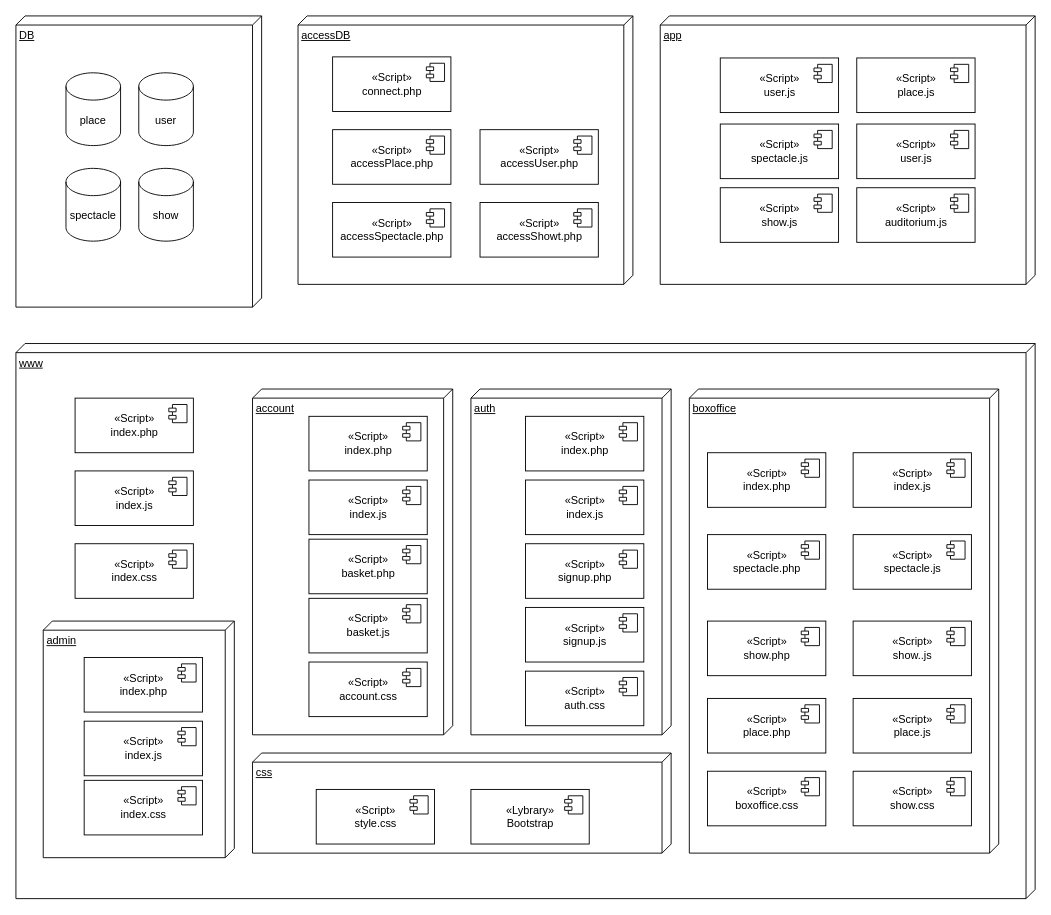
Above: page "diagramme de composants" (5 of 7) of analyse/Diagramme sans nom.drawio in baptisteRiviere/SpectacleHallManagement (draw.io), before the change. Source tidied: cells renumbered, new cells numbered last; positions are measured from the earlier drawing's top-left corner, leaving out a move shared by most shapes. Both pictures are drawn from the tidied source at 91%, with x=0, y=0 at pixel (15, 15).
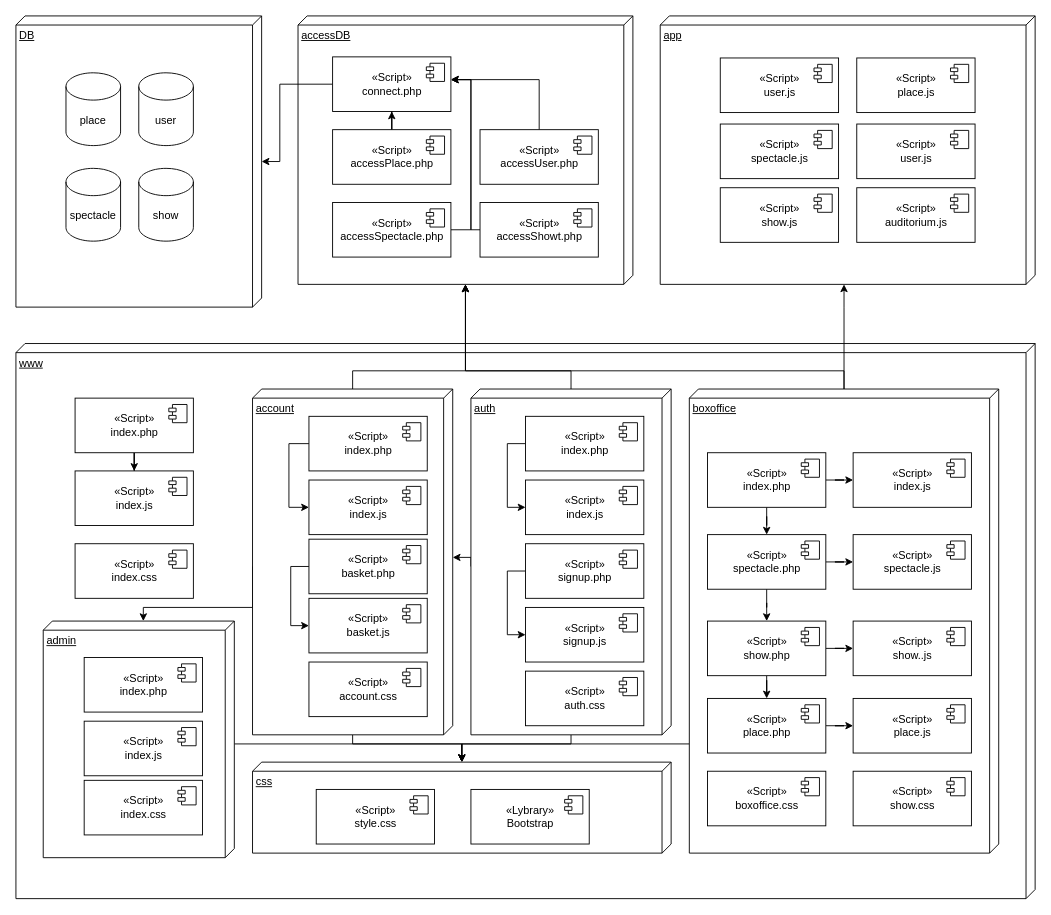
The same page after the edit.

Unchanged cells that the change refers to:
```xml
<mxCell id="2" value="DB" style="verticalAlign=top;align=left;spacingTop=8;spacingLeft=2;spacingRight=12;shape=cube;size=10;direction=south;fontStyle=4;html=1;" parent="1" vertex="1">
<mxCell id="4" value="account" style="verticalAlign=top;align=left;spacingTop=8;spacingLeft=2;spacingRight=12;shape=cube;size=10;direction=south;fontStyle=4;html=1;" parent="1" vertex="1">
<mxCell id="5" value="app" style="verticalAlign=top;align=left;spacingTop=8;spacingLeft=2;spacingRight=12;shape=cube;size=10;direction=south;fontStyle=4;html=1;" parent="1" vertex="1">
<mxCell id="7" value="&lt;div&gt;«Script»&lt;/div&gt;&lt;div&gt;index.php&lt;br&gt;&lt;/div&gt;" style="html=1;" parent="1" vertex="1">
<mxCell id="9" value="accessDB" style="verticalAlign=top;align=left;spacingTop=8;spacingLeft=2;spacingRight=12;shape=cube;size=10;direction=south;fontStyle=4;html=1;" parent="1" vertex="1">
<mxCell id="10" value="admin" style="verticalAlign=top;align=left;spacingTop=8;spacingLeft=2;spacingRight=12;shape=cube;size=10;direction=south;fontStyle=4;html=1;" parent="1" vertex="1">
<mxCell id="15" value="&lt;div&gt;«Script»&lt;/div&gt;&lt;div&gt;index.js&lt;br&gt;&lt;/div&gt;" style="html=1;" parent="1" vertex="1">
<mxCell id="19" value="&lt;div&gt;«Script»&lt;/div&gt;&lt;div&gt;connect.php&lt;br&gt;&lt;/div&gt;" style="html=1;" parent="1" vertex="1">
<mxCell id="21" value="auth" style="verticalAlign=top;align=left;spacingTop=8;spacingLeft=2;spacingRight=12;shape=cube;size=10;direction=south;fontStyle=4;html=1;" parent="1" vertex="1">
<mxCell id="22" value="&lt;div&gt;«Script»&lt;/div&gt;&lt;div&gt;index.php&lt;br&gt;&lt;/div&gt;" style="html=1;" parent="1" vertex="1">
<mxCell id="24" value="&lt;div&gt;«Script»&lt;/div&gt;&lt;div&gt;basket.php&lt;br&gt;&lt;/div&gt;" style="html=1;" parent="1" vertex="1">
<mxCell id="26" value="boxoffice" style="verticalAlign=top;align=left;spacingTop=8;spacingLeft=2;spacingRight=12;shape=cube;size=10;direction=south;fontStyle=4;html=1;" parent="1" vertex="1">
<mxCell id="27" value="&lt;div&gt;«Script»&lt;/div&gt;&lt;div&gt;index.php&lt;br&gt;&lt;/div&gt;" style="html=1;" parent="1" vertex="1">
<mxCell id="29" value="&lt;div&gt;«Script»&lt;/div&gt;&lt;div&gt;index.js&lt;br&gt;&lt;/div&gt;" style="html=1;" parent="1" vertex="1">
<mxCell id="31" value="&lt;div&gt;«Script»&lt;/div&gt;&lt;div&gt;basket.js&lt;br&gt;&lt;/div&gt;" style="html=1;" parent="1" vertex="1">
<mxCell id="33" value="&lt;div&gt;«Script»&lt;/div&gt;&lt;div&gt;signup.php&lt;br&gt;&lt;/div&gt;" style="html=1;" parent="1" vertex="1">
<mxCell id="35" value="&lt;div&gt;«Script»&lt;/div&gt;&lt;div&gt;signup.js&lt;br&gt;&lt;/div&gt;" style="html=1;" parent="1" vertex="1">
<mxCell id="37" value="&lt;div&gt;«Script»&lt;/div&gt;&lt;div&gt;index.js&lt;br&gt;&lt;/div&gt;" style="html=1;" parent="1" vertex="1">
<mxCell id="39" value="&lt;div&gt;«Script»&lt;/div&gt;&lt;div&gt;spectacle.php&lt;br&gt;&lt;/div&gt;" style="html=1;" parent="1" vertex="1">
<mxCell id="41" value="&lt;div&gt;«Script»&lt;/div&gt;&lt;div&gt;show.php&lt;br&gt;&lt;/div&gt;" style="html=1;" parent="1" vertex="1">
<mxCell id="43" value="&lt;div&gt;«Script»&lt;/div&gt;&lt;div&gt;place.php&lt;br&gt;&lt;/div&gt;" style="html=1;" parent="1" vertex="1">
<mxCell id="45" value="&lt;div&gt;«Script»&lt;/div&gt;&lt;div&gt;index.php&lt;br&gt;&lt;/div&gt;" style="html=1;" parent="1" vertex="1">
<mxCell id="47" value="&lt;div&gt;«Script»&lt;/div&gt;&lt;div&gt;spectacle.js&lt;br&gt;&lt;/div&gt;" style="html=1;" parent="1" vertex="1">
<mxCell id="49" value="&lt;div&gt;«Script»&lt;/div&gt;&lt;div&gt;show..js&lt;br&gt;&lt;/div&gt;" style="html=1;" parent="1" vertex="1">
<mxCell id="51" value="&lt;div&gt;«Script»&lt;/div&gt;&lt;div&gt;place.js&lt;br&gt;&lt;/div&gt;" style="html=1;" parent="1" vertex="1">
<mxCell id="53" value="&lt;div&gt;«Script»&lt;/div&gt;&lt;div&gt;index.js&lt;br&gt;&lt;/div&gt;" style="html=1;" parent="1" vertex="1">
<mxCell id="57" value="&lt;div&gt;«Script»&lt;/div&gt;&lt;div&gt;accessPlace.php&lt;br&gt;&lt;/div&gt;" style="html=1;" parent="1" vertex="1">
<mxCell id="59" value="&lt;div&gt;«Script»&lt;/div&gt;&lt;div&gt;accessSpectacle.php&lt;br&gt;&lt;/div&gt;" style="html=1;" parent="1" vertex="1">
<mxCell id="63" value="&lt;div&gt;«Script»&lt;/div&gt;&lt;div&gt;accessUser.php&lt;br&gt;&lt;/div&gt;" style="html=1;" parent="1" vertex="1">
<mxCell id="65" value="&lt;div&gt;«Script»&lt;/div&gt;&lt;div&gt;accessShowt.php&lt;br&gt;&lt;/div&gt;" style="html=1;" parent="1" vertex="1">
```

The edit, as a diff of the source:
```diff
@@
+    <mxCell id="93" style="edgeStyle=orthogonalEdgeStyle;rounded=0;jettySize=auto;html=1;" parent="1" edge="1" source="4" target="9">
+      <mxGeometry relative="1" as="geometry">
+        <Array as="points">
+          <mxPoint x="370" y="390" />
+          <mxPoint x="494" y="390" />
+        </Array>
+      </mxGeometry>
+    </mxCell>
+    <mxCell id="94" style="edgeStyle=orthogonalEdgeStyle;rounded=0;jettySize=auto;html=1;" parent="1" edge="1" source="4" target="6">
+      <mxGeometry relative="1" as="geometry">
+        <Array as="points">
+          <mxPoint x="370" y="800" />
+          <mxPoint x="490" y="800" />
+        </Array>
+      </mxGeometry>
+    </mxCell>
+    <mxCell id="95" style="edgeStyle=orthogonalEdgeStyle;rounded=0;jettySize=auto;html=1;exitX=0;exitY=0;exitDx=195;exitDy=220;exitPerimeter=0;entryX=0;entryY=0;entryDx=0;entryDy=100;entryPerimeter=0;" parent="1" edge="1" source="4" target="10">
+      <mxGeometry relative="1" as="geometry">
+        <Array as="points">
+          <mxPoint x="260" y="650" />
+          <mxPoint x="140" y="650" />
+        </Array>
+      </mxGeometry>
+    </mxCell>
@@
     <mxCell id="6" value="css" style="verticalAlign=top;align=left;spacingTop=8;spacingLeft=2;spacingRight=12;shape=cube;size=10;direction=south;fontStyle=4;html=1;" parent="1" vertex="1">
-      <mxGeometry x="260" y="810" width="460" height="110" as="geometry" />
+      <mxGeometry x="260" y="820" width="460" height="100" as="geometry" />
     </mxCell>
+    <mxCell id="96" style="edgeStyle=orthogonalEdgeStyle;rounded=0;jettySize=auto;html=1;" parent="1" edge="1" source="7" target="37">
+      <mxGeometry relative="1" as="geometry" />
+    </mxCell>
@@
+    <mxCell id="97" style="edgeStyle=orthogonalEdgeStyle;rounded=0;jettySize=auto;html=1;" parent="1" edge="1" source="10" target="6">
+      <mxGeometry relative="1" as="geometry">
+        <Array as="points">
+          <mxPoint x="490" y="800" />
+        </Array>
+      </mxGeometry>
+    </mxCell>
@@
+    <mxCell id="98" style="edgeStyle=orthogonalEdgeStyle;rounded=0;jettySize=auto;html=1;" parent="1" edge="1" source="19" target="2">
+      <mxGeometry relative="1" as="geometry">
+        <Array as="points">
+          <mxPoint x="290" y="75" />
+          <mxPoint x="290" y="160" />
+        </Array>
+      </mxGeometry>
+    </mxCell>
@@
+    <mxCell id="99" style="edgeStyle=orthogonalEdgeStyle;rounded=0;jettySize=auto;html=1;" parent="1" edge="1" source="21" target="9">
+      <mxGeometry relative="1" as="geometry">
+        <Array as="points">
+          <mxPoint x="610" y="390" />
+          <mxPoint x="494" y="390" />
+        </Array>
+      </mxGeometry>
+    </mxCell>
+    <mxCell id="100" style="edgeStyle=orthogonalEdgeStyle;rounded=0;jettySize=auto;html=1;" parent="1" edge="1" source="21" target="6">
+      <mxGeometry relative="1" as="geometry">
+        <Array as="points">
+          <mxPoint x="610" y="800" />
+          <mxPoint x="490" y="800" />
+        </Array>
+      </mxGeometry>
+    </mxCell>
+    <mxCell id="101" style="edgeStyle=orthogonalEdgeStyle;rounded=0;jettySize=auto;html=1;exitX=0;exitY=0;exitDx=195;exitDy=220;exitPerimeter=0;entryX=0;entryY=0;entryDx=185;entryDy=0;entryPerimeter=0;" parent="1" edge="1" source="21" target="4">
+      <mxGeometry relative="1" as="geometry">
+        <Array as="points">
+          <mxPoint x="500" y="595" />
+        </Array>
+      </mxGeometry>
+    </mxCell>
@@
+    <mxCell id="102" style="edgeStyle=orthogonalEdgeStyle;rounded=0;jettySize=auto;html=1;" parent="1" edge="1" source="22" target="15">
+      <mxGeometry relative="1" as="geometry">
+        <Array as="points">
+          <mxPoint x="300" y="470" />
+          <mxPoint x="300" y="540" />
+        </Array>
+      </mxGeometry>
+    </mxCell>
@@
+    <mxCell id="103" style="edgeStyle=orthogonalEdgeStyle;rounded=0;jettySize=auto;html=1;entryX=0;entryY=0.5;entryDx=0;entryDy=0;exitX=0;exitY=0.5;exitDx=0;exitDy=0;" parent="1" edge="1" source="24" target="31">
+      <mxGeometry relative="1" as="geometry" />
+    </mxCell>
@@
+    <mxCell id="104" style="edgeStyle=orthogonalEdgeStyle;rounded=0;jettySize=auto;html=1;" parent="1" edge="1" source="26" target="5">
+      <mxGeometry relative="1" as="geometry">
+        <Array as="points">
+          <mxPoint x="910" y="320" />
+          <mxPoint x="910" y="320" />
+        </Array>
+      </mxGeometry>
+    </mxCell>
+    <mxCell id="105" style="edgeStyle=orthogonalEdgeStyle;rounded=0;jettySize=auto;html=1;" parent="1" edge="1" source="26" target="9">
+      <mxGeometry relative="1" as="geometry">
+        <Array as="points">
+          <mxPoint x="910" y="390" />
+          <mxPoint x="494" y="390" />
+        </Array>
+      </mxGeometry>
+    </mxCell>
+    <mxCell id="106" style="edgeStyle=orthogonalEdgeStyle;rounded=0;jettySize=auto;html=1;" parent="1" edge="1" source="26" target="6">
+      <mxGeometry relative="1" as="geometry">
+        <Array as="points">
+          <mxPoint x="490" y="800" />
+        </Array>
+      </mxGeometry>
+    </mxCell>
@@
+    <mxCell id="107" style="edgeStyle=orthogonalEdgeStyle;rounded=0;jettySize=auto;html=1;entryX=0;entryY=0.5;entryDx=0;entryDy=0;" parent="1" edge="1" source="27" target="29">
+      <mxGeometry relative="1" as="geometry">
+        <Array as="points">
+          <mxPoint x="540" y="470" />
+          <mxPoint x="540" y="540" />
+        </Array>
+      </mxGeometry>
+    </mxCell>
@@
+    <mxCell id="108" style="edgeStyle=orthogonalEdgeStyle;rounded=0;jettySize=auto;html=1;entryX=0;entryY=0.5;entryDx=0;entryDy=0;" parent="1" edge="1" source="33" target="35">
+      <mxGeometry relative="1" as="geometry">
+        <Array as="points">
+          <mxPoint x="540" y="610" />
+          <mxPoint x="540" y="680" />
+        </Array>
+      </mxGeometry>
+    </mxCell>
@@
+    <mxCell id="109" style="edgeStyle=orthogonalEdgeStyle;rounded=0;jettySize=auto;html=1;" parent="1" edge="1" source="39" target="47">
+      <mxGeometry relative="1" as="geometry" />
+    </mxCell>
+    <mxCell id="110" style="edgeStyle=orthogonalEdgeStyle;rounded=0;jettySize=auto;html=1;" parent="1" edge="1" source="39" target="41">
+      <mxGeometry relative="1" as="geometry" />
+    </mxCell>
@@
+    <mxCell id="111" style="edgeStyle=orthogonalEdgeStyle;rounded=0;jettySize=auto;html=1;entryX=0;entryY=0.5;entryDx=0;entryDy=0;" parent="1" edge="1" source="41" target="49">
+      <mxGeometry relative="1" as="geometry" />
+    </mxCell>
+    <mxCell id="112" style="edgeStyle=orthogonalEdgeStyle;rounded=0;jettySize=auto;html=1;" parent="1" edge="1" source="41" target="43">
+      <mxGeometry relative="1" as="geometry" />
+    </mxCell>
@@
+    <mxCell id="113" style="edgeStyle=orthogonalEdgeStyle;rounded=0;jettySize=auto;html=1;entryX=0;entryY=0.5;entryDx=0;entryDy=0;" parent="1" edge="1" source="43" target="51">
+      <mxGeometry relative="1" as="geometry" />
+    </mxCell>
@@
+    <mxCell id="114" style="edgeStyle=orthogonalEdgeStyle;rounded=0;jettySize=auto;html=1;" parent="1" edge="1" source="45" target="53">
+      <mxGeometry relative="1" as="geometry" />
+    </mxCell>
+    <mxCell id="115" style="edgeStyle=orthogonalEdgeStyle;rounded=0;jettySize=auto;html=1;" parent="1" edge="1" source="45" target="39">
+      <mxGeometry relative="1" as="geometry" />
+    </mxCell>
@@
+    <mxCell id="116" style="edgeStyle=orthogonalEdgeStyle;rounded=0;jettySize=auto;html=1;" parent="1" edge="1" source="57" target="19">
+      <mxGeometry relative="1" as="geometry" />
+    </mxCell>
@@
+    <mxCell id="117" style="edgeStyle=orthogonalEdgeStyle;rounded=0;jettySize=auto;html=1;" parent="1" edge="1" source="59" target="19">
+      <mxGeometry relative="1" as="geometry">
+        <Array as="points">
+          <mxPoint x="500" y="235" />
+          <mxPoint x="500" y="70" />
+        </Array>
+      </mxGeometry>
+    </mxCell>
@@
+    <mxCell id="118" style="edgeStyle=orthogonalEdgeStyle;rounded=0;jettySize=auto;html=1;" parent="1" edge="1" source="63" target="19">
+      <mxGeometry relative="1" as="geometry">
+        <Array as="points">
+          <mxPoint x="575" y="70" />
+        </Array>
+      </mxGeometry>
+    </mxCell>
@@
+    <mxCell id="119" style="edgeStyle=orthogonalEdgeStyle;rounded=0;jettySize=auto;html=1;" parent="1" edge="1" source="65" target="19">
+      <mxGeometry relative="1" as="geometry">
+        <Array as="points">
+          <mxPoint x="500" y="235" />
+          <mxPoint x="500" y="70" />
+        </Array>
+      </mxGeometry>
+    </mxCell>
```
